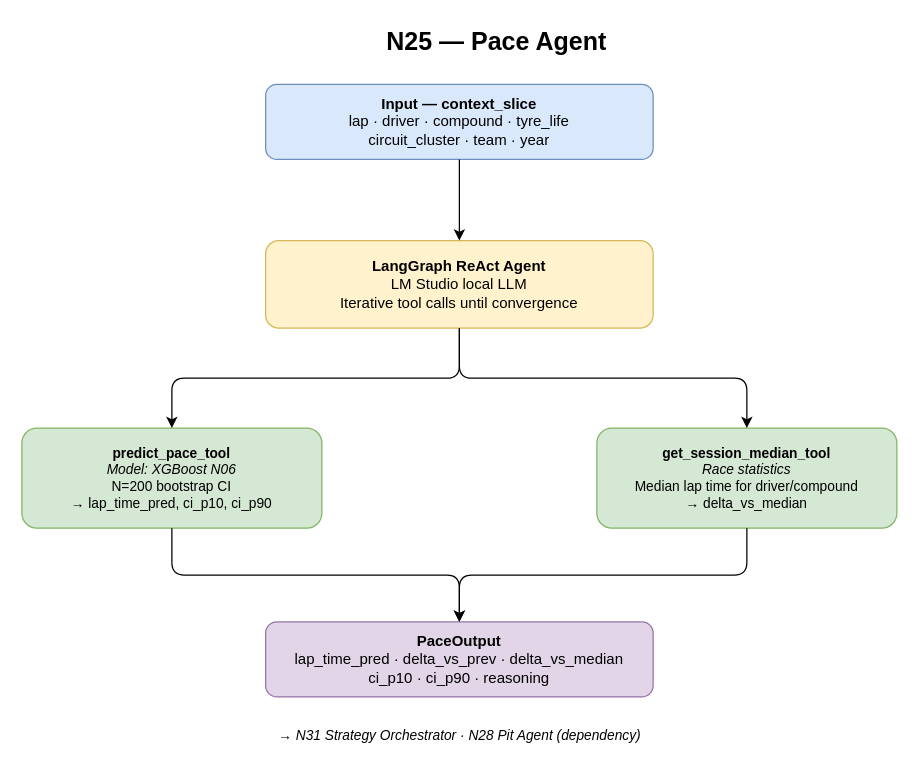
The draw.io diagram documents/dev_docs/diagrams/agents/N25_pace_agent.drawio in VforVitorio/F1-StratLab, before the edit. Source tidied: cells renumbered, new cells numbered last; positions are measured from the earlier drawing's top-left corner, leaving out a move shared by most shapes. Both pictures are drawn from the tidied source at 125%, with x=0, y=0 at pixel (21, 21).
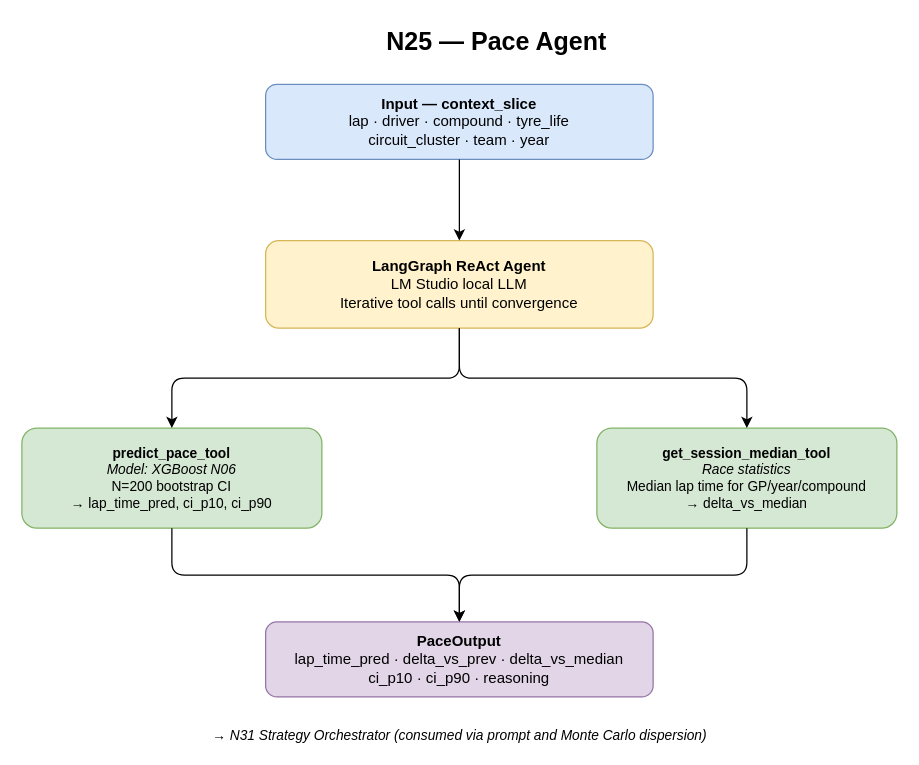
After the change.

Commit message (it also covers changes not shown here):
correceted race situation agent and pace agent diagrams

What changed in the source:
```diff
@@
 <mxGraphModel>
   <root>
     <mxCell id="0" />
     <mxCell id="1" parent="0" />
     <mxCell id="2" value="N25 — Pace Agent" style="text;html=1;strokeColor=none;fillColor=none;align=center;verticalAlign=middle;whiteSpace=wrap;fontSize=20;fontStyle=1;" parent="1" vertex="1">
       <mxGeometry x="180" width="400" height="30" as="geometry" />
     </mxCell>
     <mxCell id="3" value="&lt;b&gt;Input — context_slice&lt;/b&gt;&lt;br/&gt;lap · driver · compound · tyre_life&lt;br/&gt;circuit_cluster · team · year" style="rounded=1;whiteSpace=wrap;html=1;fillColor=#dae8fc;strokeColor=#6c8ebf;" parent="1" vertex="1">
       <mxGeometry x="195" y="50" width="310" height="60" as="geometry" />
     </mxCell>
     <mxCell id="4" value="&lt;b&gt;LangGraph ReAct Agent&lt;/b&gt;&lt;br/&gt;LM Studio local LLM&lt;br/&gt;Iterative tool calls until convergence" style="rounded=1;whiteSpace=wrap;html=1;fillColor=#fff2cc;strokeColor=#d6b656;" parent="1" vertex="1">
       <mxGeometry x="195" y="175" width="310" height="70" as="geometry" />
     </mxCell>
     <mxCell id="5" value="&lt;b&gt;predict_pace_tool&lt;/b&gt;&lt;br/&gt;&lt;i&gt;Model: XGBoost N06&lt;/i&gt;&lt;br/&gt;N=200 bootstrap CI&lt;br/&gt;→ lap_time_pred, ci_p10, ci_p90" style="rounded=1;whiteSpace=wrap;html=1;fillColor=#d5e8d4;strokeColor=#82b366;fontSize=11;" parent="1" vertex="1">
       <mxGeometry y="325" width="240" height="80" as="geometry" />
     </mxCell>
-    <mxCell id="6" value="&lt;b&gt;get_session_median_tool&lt;/b&gt;&lt;br/&gt;&lt;i&gt;Race statistics&lt;/i&gt;&lt;br/&gt;Median lap time for driver/compound&lt;br/&gt;→ delta_vs_median" style="rounded=1;whiteSpace=wrap;html=1;fillColor=#d5e8d4;strokeColor=#82b366;fontSize=11;" parent="1" vertex="1">
+    <mxCell id="6" value="&lt;b&gt;get_session_median_tool&lt;/b&gt;&lt;br/&gt;&lt;i&gt;Race statistics&lt;/i&gt;&lt;br/&gt;Median lap time for GP/year/compound&lt;br/&gt;→ delta_vs_median" style="rounded=1;whiteSpace=wrap;html=1;fillColor=#d5e8d4;strokeColor=#82b366;fontSize=11;" parent="1" vertex="1">
       <mxGeometry x="460" y="325" width="240" height="80" as="geometry" />
     </mxCell>
     <mxCell id="7" value="&lt;b&gt;PaceOutput&lt;/b&gt;&lt;br/&gt;lap_time_pred · delta_vs_prev · delta_vs_median&lt;br/&gt;ci_p10 · ci_p90 · reasoning" style="rounded=1;whiteSpace=wrap;html=1;fillColor=#e1d5e7;strokeColor=#9673a6;" parent="1" vertex="1">
       <mxGeometry x="195" y="480" width="310" height="60" as="geometry" />
     </mxCell>
-    <mxCell id="8" value="→ N31 Strategy Orchestrator · N28 Pit Agent (dependency)" style="text;html=1;strokeColor=none;fillColor=none;align=center;fontStyle=2;fontSize=11;" parent="1" vertex="1">
+    <mxCell id="8" value="→ N31 Strategy Orchestrator (consumed via prompt and Monte Carlo dispersion)" style="text;html=1;strokeColor=none;fillColor=none;align=center;fontStyle=2;fontSize=11;" parent="1" vertex="1">
       <mxGeometry x="130" y="558" width="440" height="20" as="geometry" />
     </mxCell>
     <mxCell id="9" style="edgeStyle=orthogonalEdgeStyle;" parent="1" edge="1" source="3" target="4">
       <mxGeometry relative="1" as="geometry" />
     </mxCell>
     <mxCell id="10" style="edgeStyle=orthogonalEdgeStyle;" parent="1" edge="1" source="4" target="5">
       <mxGeometry relative="1" as="geometry" />
     </mxCell>
     <mxCell id="11" style="edgeStyle=orthogonalEdgeStyle;" parent="1" edge="1" source="4" target="6">
       <mxGeometry relative="1" as="geometry" />
     </mxCell>
     <mxCell id="12" style="edgeStyle=orthogonalEdgeStyle;" parent="1" edge="1" source="5" target="7">
       <mxGeometry relative="1" as="geometry" />
     </mxCell>
     <mxCell id="13" style="edgeStyle=orthogonalEdgeStyle;" parent="1" edge="1" source="6" target="7">
       <mxGeometry relative="1" as="geometry" />
     </mxCell>
   </root>
 </mxGraphModel>
```
